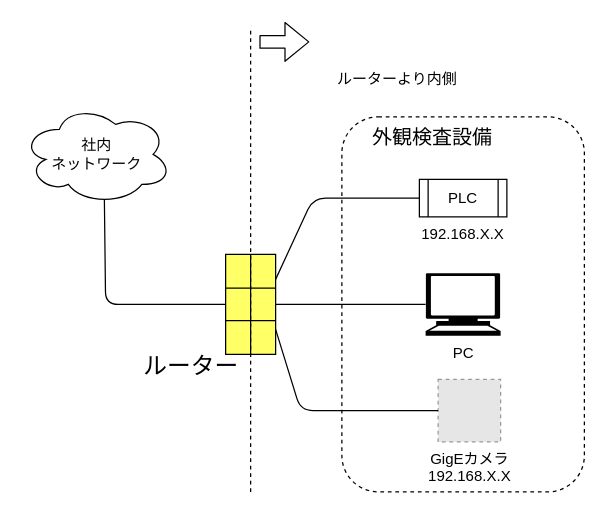
Before: images/net.drawio in Flamingo-G/hello-world, a draw.io diagram. Source tidied: cells renumbered, new cells numbered last; positions are measured from the earlier drawing's top-left corner, leaving out a move shared by most shapes. Both pictures are drawn from the tidied source at 125%, with x=0, y=0 at pixel (21, 29). Pictures stored in the file or linked from it are replaced by grey dashed boxes.
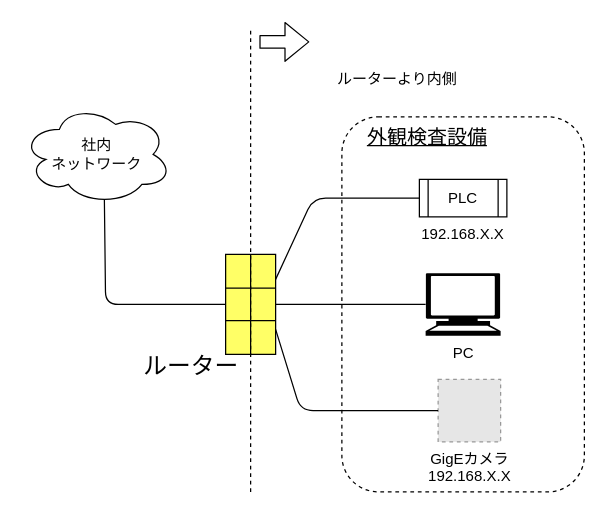
The same page after the edit.

Commit message (it also covers changes not shown here):
net.drawio を更新します

Diff of the diagram source:
```diff
@@
-    <mxCell id="19" value="&lt;font style=&quot;font-size: 16px&quot;&gt;外観検査設備&lt;/font&gt;" style="text;html=1;align=center;verticalAlign=middle;" parent="1" vertex="1">
-      <mxGeometry x="273" y="76" width="110" height="20" as="geometry" />
+    <mxCell id="19" value="&lt;font style=&quot;font-size: 16px&quot;&gt;&lt;u&gt;外観検査設備&lt;/u&gt;&lt;/font&gt;" style="text;html=1;align=center;verticalAlign=middle;" parent="1" vertex="1">
+      <mxGeometry x="269" y="76" width="110" height="20" as="geometry" />
     </mxCell>
```
